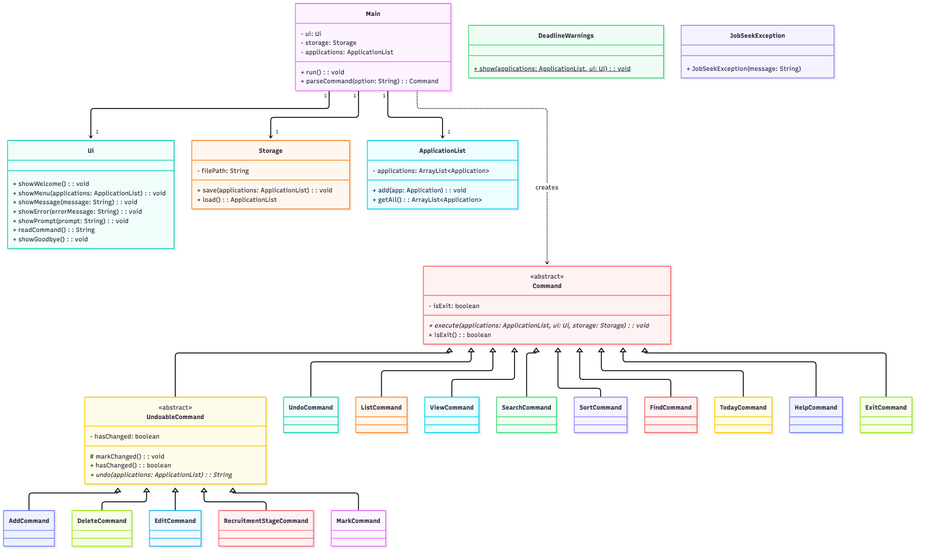
The Mermaid diagram docs/diagrams/overall-architecture-class.png in AY2627S1-CS2113-T10-2/tp, before a commit. Its source is kept beside it as docs/diagrams/sources/overall-architecture-class.mmd. The source it was exported from:
```mermaid
classDiagram
    direction TB
    class Main {
        - ui: Ui
        - storage: Storage
        - applications: ApplicationList
        + run(): void
        + parseCommand(option: String): Command
    }
    class Ui {
        + showWelcome(): void
        + showMenu(applications: ApplicationList): void
        + showMessage(message: String): void
        + showError(errorMessage: String): void
        + showPrompt(prompt: String): void
        + readCommand(): String
        + showGoodbye(): void
    }
    class Storage {
        - filePath: String
        + save(applications: ApplicationList): void
        + load(): ApplicationList
    }
    class ApplicationList {
        - applications: ArrayList~Application~
        + add(app: Application): void
        + getAll(): ArrayList~Application~
    }
    class DeadlineWarnings {
        + show(applications: ApplicationList, ui: Ui)$: void
    }
    class JobSeekException {
        + JobSeekException(message: String)
    }
    class Command {
        <<abstract>>
        - isExit: boolean
        + execute(applications: ApplicationList, ui: Ui, storage: Storage)*: void
        + isExit(): boolean
    }
    class UndoableCommand {
        <<abstract>>
        - hasChanged: boolean
        # markChanged(): void
        + hasChanged(): boolean
        + undo(applications: ApplicationList)*: String
    }
    Main "1" --> "1" Ui
    Main "1" --> "1" Storage
    Main "1" --> "1" ApplicationList
    Main ..> Command : creates
    Command <|-- UndoableCommand
    UndoableCommand <|-- AddCommand
    UndoableCommand <|-- DeleteCommand
    UndoableCommand <|-- EditCommand
    UndoableCommand <|-- RecruitmentStageCommand
    UndoableCommand <|-- MarkCommand
    Command <|-- UndoCommand
    Command <|-- ListCommand
    Command <|-- ViewCommand
    Command <|-- SearchCommand
    Command <|-- SortCommand
    Command <|-- FindCommand
    Command <|-- TodayCommand
    Command <|-- HelpCommand
    Command <|-- ExitCommand
```
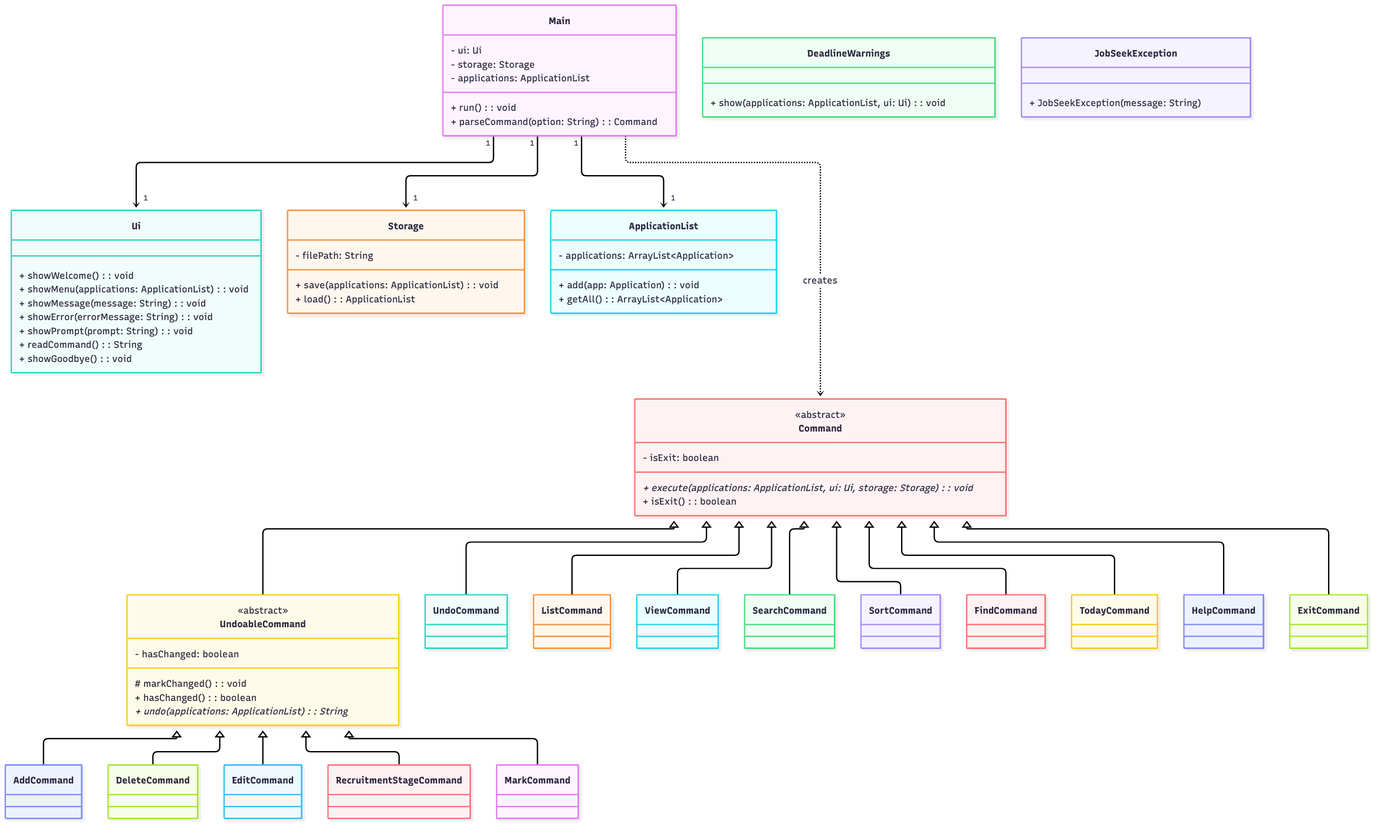
Above is the later version.

What changed in the source:
```diff
@@ -27,7 +27,7 @@
         + getAll(): ArrayList~Application~
     }
     class DeadlineWarnings {
-        + show(applications: ApplicationList, ui: Ui)$: void
+        + show(applications: ApplicationList, ui: Ui): void
     }
     class JobSeekException {
         + JobSeekException(message: String)
```
